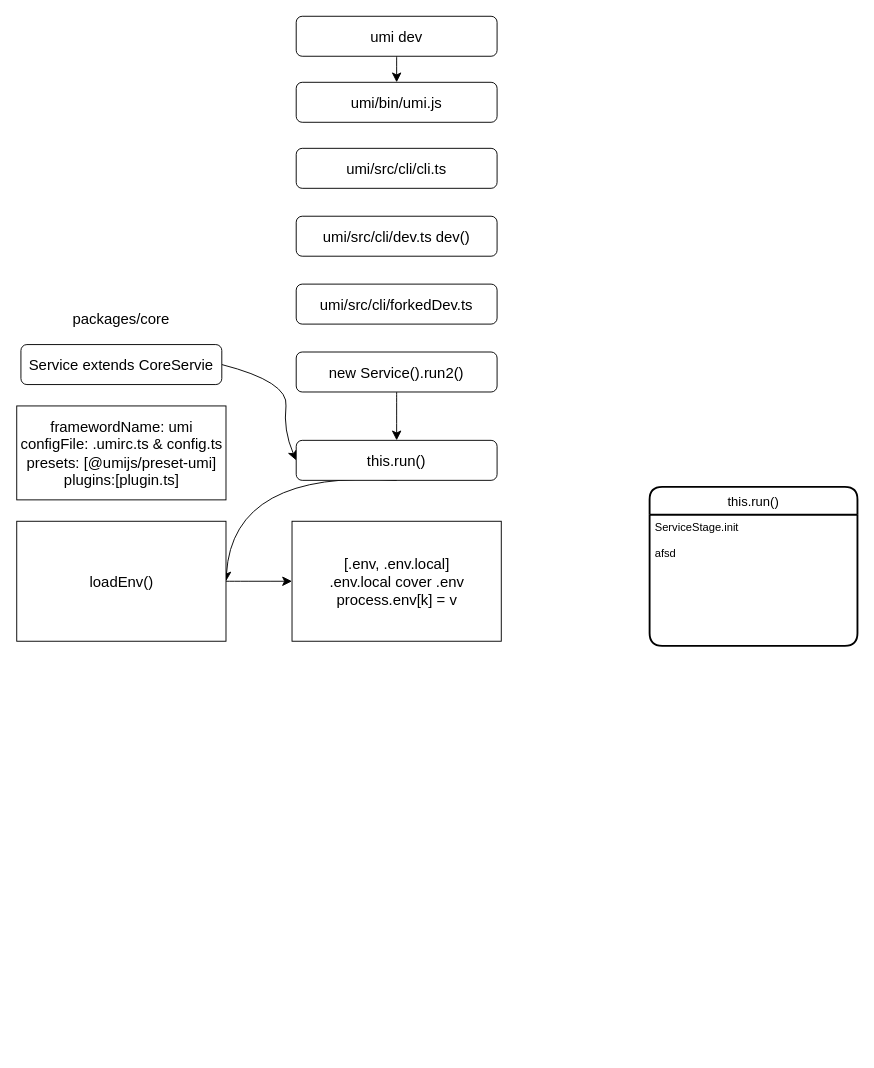
Above: umi.drawio in ccctw-ma/source-code-learning (draw.io), before the change. Source tidied: cells renumbered, new cells numbered last; positions are measured from the earlier drawing's top-left corner, leaving out a move shared by most shapes. Both pictures are drawn from the tidied source at 93%, with x=0, y=0 at pixel (16, 16).
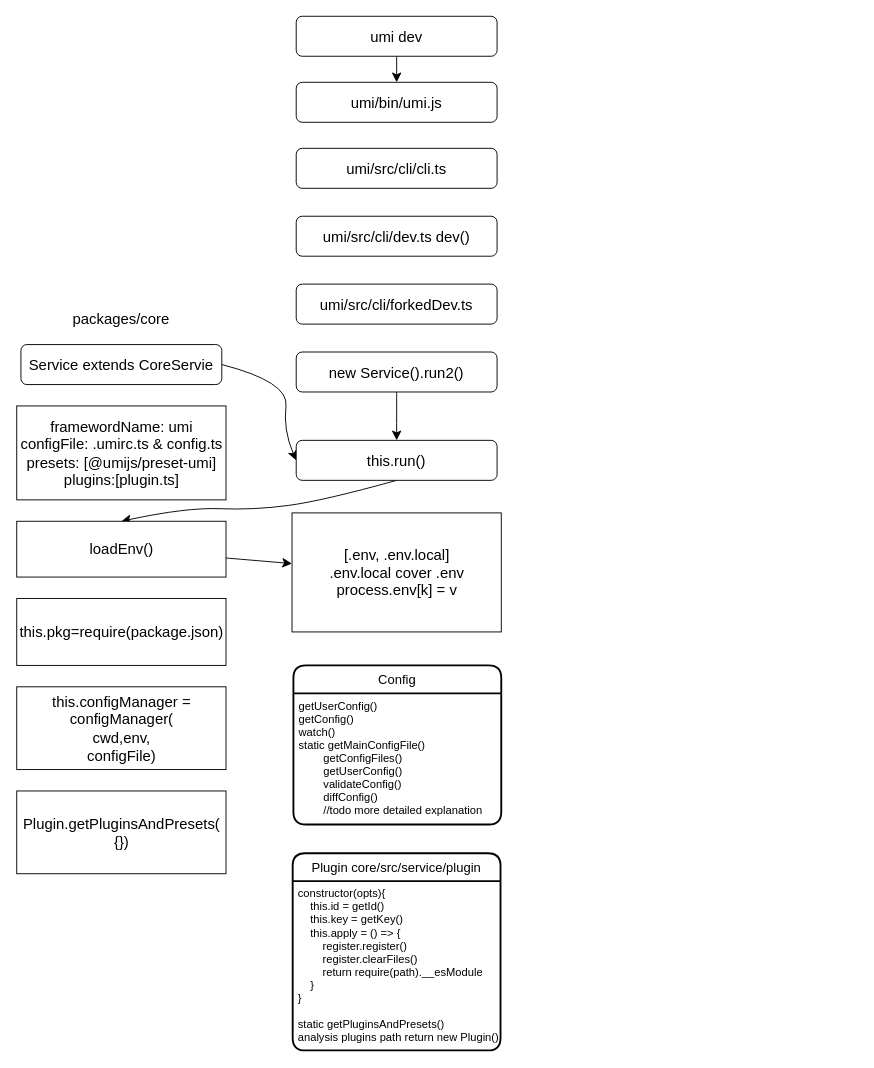
After the change.

Unchanged cells that the change refers to:
```xml
<mxCell id="14" value="this.run()" style="rounded=1;whiteSpace=wrap;html=1;fontSize=16;" parent="1" vertex="1">
  <mxGeometry x="301" y="456" width="216" height="43" as="geometry" />
</mxCell>
```

Change to the diagram source:
```diff
@@
-    <mxCell id="13" style="edgeStyle=none;curved=1;rounded=0;jettySize=auto;html=1;exitX=0.5;exitY=1;exitDx=0;exitDy=0;entryX=1;entryY=0.5;entryDx=0;entryDy=0;fontSize=12;startSize=8;endSize=8;" parent="1" edge="1" source="14" target="19">
+    <mxCell id="13" style="edgeStyle=none;curved=1;rounded=0;jettySize=auto;html=1;exitX=0.5;exitY=1;exitDx=0;exitDy=0;entryX=0.5;entryY=0;entryDx=0;entryDy=0;fontSize=12;startSize=8;endSize=8;" parent="1" edge="1" source="14" target="19">
       <mxGeometry relative="1" as="geometry">
         <Array as="points">
-          <mxPoint x="233" y="487" />
+          <mxPoint x="330" y="521" />
+          <mxPoint x="255" y="531" />
+          <mxPoint x="183" y="528" />
         </Array>
       </mxGeometry>
     </mxCell>
@@
-    <mxCell id="16" value="this.run()" style="swimlane;horizontal=1;startSize=30;rounded=1;fontSize=14;fontStyle=0;strokeWidth=2;shadow=0;dashed=0;align=center;" parent="1" vertex="1">
-      <mxGeometry x="681" y="506" width="223.5" height="171" as="geometry" />
+    <mxCell id="16" value="Config" style="swimlane;horizontal=1;startSize=30;rounded=1;fontSize=14;fontStyle=0;strokeWidth=2;shadow=0;dashed=0;align=center;" parent="1" vertex="1">
+      <mxGeometry x="298" y="698" width="223.5" height="171" as="geometry" />
     </mxCell>
-    <mxCell id="17" value="ServiceStage.init&#10;&#10;afsd" style="align=left;strokeColor=none;fillColor=none;spacingLeft=4;fontSize=12;verticalAlign=top;" parent="16" vertex="1">
+    <mxCell id="17" value="getUserConfig()&#10;getConfig()&#10;watch()&#10;static getMainConfigFile()&#10;        getConfigFiles()&#10;        getUserConfig()&#10;        validateConfig()&#10;        diffConfig()&#10;        //todo more detailed explanation&#10;&#10;" style="align=left;strokeColor=none;fillColor=none;spacingLeft=4;fontSize=12;verticalAlign=top;" parent="16" vertex="1">
       <mxGeometry y="30" width="223.5" height="141" as="geometry" />
     </mxCell>
@@
-    <mxCell id="19" value="loadEnv()" style="html=1;fontSize=16;" parent="1" vertex="1">
-      <mxGeometry x="0.5" y="543" width="225" height="129" as="geometry" />
+    <mxCell id="19" value="loadEnv()&lt;br&gt;" style="html=1;fontSize=16;" parent="1" vertex="1">
+      <mxGeometry x="0.5" y="543" width="225" height="60" as="geometry" />
     </mxCell>
     <mxCell id="20" value="[.env, .env.local]&lt;br&gt;.env.local cover .env&lt;br&gt;process.env[k] = v" style="html=1;fontSize=16;" parent="1" vertex="1">
-      <mxGeometry x="296.5" y="543" width="225" height="129" as="geometry" />
+      <mxGeometry x="296.5" y="534" width="225" height="128" as="geometry" />
     </mxCell>
+    <mxCell id="21" value="this.pkg=require(package.json)" style="html=1;fontSize=16;" parent="1" vertex="1">
+      <mxGeometry x="0.5" y="626" width="225" height="72" as="geometry" />
+    </mxCell>
+    <mxCell id="22" value="this.configManager =&lt;br&gt;configManager(&lt;br&gt;cwd,env,&lt;br&gt;configFile)" style="html=1;fontSize=16;" parent="1" vertex="1">
+      <mxGeometry x="0.5" y="721" width="225" height="89" as="geometry" />
+    </mxCell>
+    <mxCell id="23" value="Plugin.getPluginsAndPresets(&lt;br&gt;{})" style="html=1;fontSize=16;" parent="1" vertex="1">
+      <mxGeometry x="0.5" y="833" width="225" height="89" as="geometry" />
+    </mxCell>
+    <mxCell id="24" value="Plugin core/src/service/plugin" style="swimlane;horizontal=1;startSize=30;rounded=1;fontSize=14;fontStyle=0;strokeWidth=2;shadow=0;dashed=0;align=center;" parent="1" vertex="1">
+      <mxGeometry x="297.2" y="900" width="223.5" height="212" as="geometry" />
+    </mxCell>
+    <mxCell id="25" value="constructor(opts){&#10;    this.id = getId()&#10;    this.key = getKey()&#10;    this.apply = () =&gt; {&#10;        register.register()&#10;        register.clearFiles()&#10;        return require(path).__esModule&#10;    }&#10;}&#10;&#10;static getPluginsAndPresets()&#10;analysis plugins path return new Plugin()" style="align=left;strokeColor=none;fillColor=none;spacingLeft=4;fontSize=12;verticalAlign=top;" parent="24" vertex="1">
+      <mxGeometry y="30" width="223.5" height="182" as="geometry" />
+    </mxCell>
```
